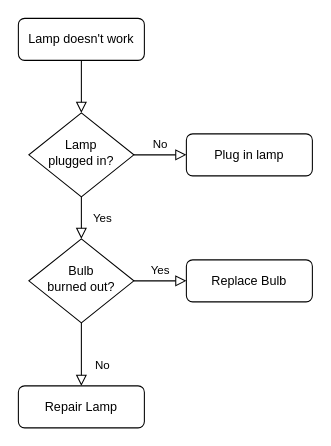
Before: 未命名绘图.drawio in frede2010/drawio, a draw.io diagram. Source tidied: cells renumbered, new cells numbered last; positions are measured from the earlier drawing's top-left corner, leaving out a move shared by most shapes. Both pictures are drawn from the tidied source at 105%, with x=0, y=0 at pixel (18, 18).
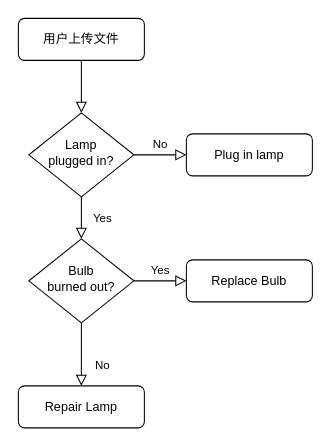
Above is the later version.

Commit message:
delivery order上传流程

What changed in the source:
```diff
@@
 <mxGraphModel>
   <root>
     <mxCell id="0" />
     <mxCell id="1" parent="0" />
     <mxCell id="2" style="rounded=0;html=1;jettySize=auto;fontSize=11;endArrow=block;endFill=0;endSize=8;strokeWidth=1;shadow=0;labelBackgroundColor=none;edgeStyle=orthogonalEdgeStyle;" parent="1" edge="1" source="3" target="6">
       <mxGeometry relative="1" as="geometry" />
     </mxCell>
-    <mxCell id="3" value="Lamp doesn't work" style="rounded=1;whiteSpace=wrap;html=1;fontSize=12;glass=0;strokeWidth=1;shadow=0;" parent="1" vertex="1">
+    <mxCell id="3" value="用户上传文件" style="rounded=1;whiteSpace=wrap;html=1;fontSize=12;glass=0;strokeWidth=1;shadow=0;" parent="1" vertex="1">
       <mxGeometry width="120" height="40" as="geometry" />
     </mxCell>
     <mxCell id="4" value="Yes" style="rounded=0;html=1;jettySize=auto;fontSize=11;endArrow=block;endFill=0;endSize=8;strokeWidth=1;shadow=0;labelBackgroundColor=none;edgeStyle=orthogonalEdgeStyle;" parent="1" edge="1" source="6" target="10">
       <mxGeometry y="20" relative="1" as="geometry" />
     </mxCell>
     <mxCell id="5" value="No" style="edgeStyle=orthogonalEdgeStyle;rounded=0;html=1;jettySize=auto;fontSize=11;endArrow=block;endFill=0;endSize=8;strokeWidth=1;shadow=0;labelBackgroundColor=none;" parent="1" edge="1" source="6" target="7">
       <mxGeometry y="10" relative="1" as="geometry" />
     </mxCell>
     <mxCell id="6" value="Lamp&lt;br&gt;plugged in?" style="rhombus;whiteSpace=wrap;html=1;shadow=0;fontFamily=Helvetica;fontSize=12;align=center;strokeWidth=1;spacing=6;spacingTop=-4;" parent="1" vertex="1">
       <mxGeometry x="10" y="90" width="100" height="80" as="geometry" />
     </mxCell>
     <mxCell id="7" value="Plug in lamp" style="rounded=1;whiteSpace=wrap;html=1;fontSize=12;glass=0;strokeWidth=1;shadow=0;" parent="1" vertex="1">
       <mxGeometry x="160" y="110" width="120" height="40" as="geometry" />
     </mxCell>
     <mxCell id="8" value="No" style="rounded=0;html=1;jettySize=auto;fontSize=11;endArrow=block;endFill=0;endSize=8;strokeWidth=1;shadow=0;labelBackgroundColor=none;edgeStyle=orthogonalEdgeStyle;" parent="1" edge="1" source="10" target="11">
       <mxGeometry x="0.33" y="20" relative="1" as="geometry" />
     </mxCell>
     <mxCell id="9" value="Yes" style="edgeStyle=orthogonalEdgeStyle;rounded=0;html=1;jettySize=auto;fontSize=11;endArrow=block;endFill=0;endSize=8;strokeWidth=1;shadow=0;labelBackgroundColor=none;" parent="1" edge="1" source="10" target="12">
       <mxGeometry y="10" relative="1" as="geometry" />
     </mxCell>
     <mxCell id="10" value="Bulb&lt;br&gt;burned out?" style="rhombus;whiteSpace=wrap;html=1;shadow=0;fontFamily=Helvetica;fontSize=12;align=center;strokeWidth=1;spacing=6;spacingTop=-4;" parent="1" vertex="1">
       <mxGeometry x="10" y="210" width="100" height="80" as="geometry" />
     </mxCell>
     <mxCell id="11" value="Repair Lamp" style="rounded=1;whiteSpace=wrap;html=1;fontSize=12;glass=0;strokeWidth=1;shadow=0;" parent="1" vertex="1">
       <mxGeometry y="350" width="120" height="40" as="geometry" />
     </mxCell>
     <mxCell id="12" value="Replace Bulb" style="rounded=1;whiteSpace=wrap;html=1;fontSize=12;glass=0;strokeWidth=1;shadow=0;" parent="1" vertex="1">
       <mxGeometry x="160" y="230" width="120" height="40" as="geometry" />
     </mxCell>
   </root>
 </mxGraphModel>
```
